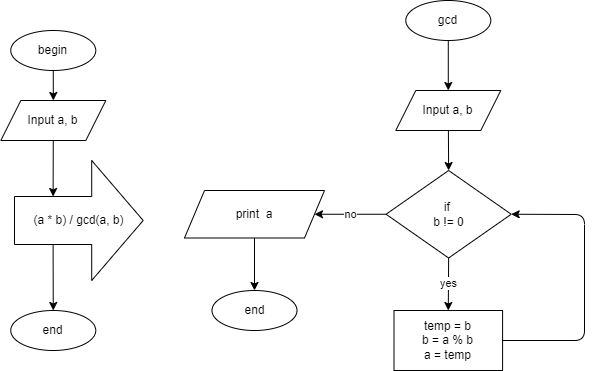
This is Bai 10/FlowChart_10b.drawio.png from QuocNGN/flow-chart-code, a draw.io export, as it was before one commit. Source tidied: cells renumbered, new cells last; positions are measured from the earlier drawing's top-left corner, leaving out a move shared by most shapes.
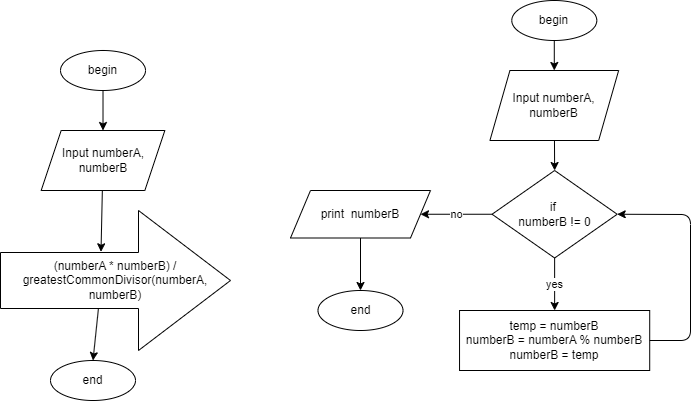
Above is the later version.

Change to the diagram source:
```diff
@@ -6,63 +6,63 @@
       <mxGeometry relative="1" as="geometry" />
     </mxCell>
     <mxCell id="3" value="begin" style="ellipse;whiteSpace=wrap;html=1;" parent="1" vertex="1">
-      <mxGeometry x="10.3" y="30" width="85" height="40" as="geometry" />
+      <mxGeometry x="-16" y="40" width="85" height="40" as="geometry" />
     </mxCell>
-    <mxCell id="4" style="edgeStyle=none;html=1;entryX=0;entryY=0;entryDx=38.601;entryDy=36;entryPerimeter=0;" parent="1" edge="1" source="5" target="7">
+    <mxCell id="4" style="edgeStyle=none;html=1;entryX=0.437;entryY=0.295;entryDx=0;entryDy=0;entryPerimeter=0;" parent="1" edge="1" source="5" target="7">
       <mxGeometry relative="1" as="geometry" />
     </mxCell>
-    <mxCell id="5" value="Input a, b" style="shape=parallelogram;perimeter=parallelogramPerimeter;whiteSpace=wrap;html=1;fixedSize=1;" parent="1" vertex="1">
-      <mxGeometry x="0.3" y="100" width="105" height="40" as="geometry" />
+    <mxCell id="5" value="Input numberA, numberB" style="shape=parallelogram;perimeter=parallelogramPerimeter;whiteSpace=wrap;html=1;fixedSize=1;" parent="1" vertex="1">
+      <mxGeometry x="-35.3" y="120" width="123.7" height="60" as="geometry" />
     </mxCell>
-    <mxCell id="6" style="edgeStyle=none;html=1;exitX=0;exitY=0;exitDx=38.601;exitDy=84;exitPerimeter=0;entryX=0.5;entryY=0;entryDx=0;entryDy=0;" parent="1" edge="1" source="7" target="20">
+    <mxCell id="6" style="edgeStyle=none;html=1;exitX=0.426;exitY=0.697;exitDx=0;exitDy=0;exitPerimeter=0;entryX=0.5;entryY=0;entryDx=0;entryDy=0;" parent="1" edge="1" source="7" target="20">
       <mxGeometry relative="1" as="geometry" />
     </mxCell>
-    <mxCell id="7" value="(a * b) / gcd(a, b)" style="shape=singleArrow;whiteSpace=wrap;html=1;arrowWidth=0.4;arrowSize=0.4;" parent="1" vertex="1">
-      <mxGeometry x="14" y="160" width="128.7" height="120" as="geometry" />
+    <mxCell id="7" value="(numberA * numberB) / greatestCommonDivisor(numberA, numberB)" style="shape=singleArrow;whiteSpace=wrap;html=1;arrowWidth=0.4;arrowSize=0.4;" parent="1" vertex="1">
+      <mxGeometry x="-76" y="200" width="230" height="140" as="geometry" />
     </mxCell>
-    <mxCell id="8" style="edgeStyle=none;html=1;exitX=0.5;exitY=1;exitDx=0;exitDy=0;entryX=0.5;entryY=0;entryDx=0;entryDy=0;" parent="1" edge="1" source="9" target="12">
-      <mxGeometry relative="1" as="geometry" />
-    </mxCell>
-    <mxCell id="9" value="gcd" style="ellipse;whiteSpace=wrap;html=1;" parent="1" vertex="1">
-      <mxGeometry x="405.3" width="85" height="40" as="geometry" />
-    </mxCell>
-    <mxCell id="10" style="edgeStyle=none;html=1;startArrow=none;entryX=0.5;entryY=0;entryDx=0;entryDy=0;" parent="1" edge="1" source="12" target="18">
-      <mxGeometry relative="1" as="geometry" />
-    </mxCell>
+    <mxCell id="20" value="end" style="ellipse;whiteSpace=wrap;html=1;" parent="1" vertex="1">
+      <mxGeometry x="-26" y="350" width="85" height="40" as="geometry" />
+    </mxCell>
+    <mxCell id="21" style="edgeStyle=none;html=1;exitX=0.5;exitY=1;exitDx=0;exitDy=0;entryX=0.5;entryY=0;entryDx=0;entryDy=0;" parent="1" edge="1" source="22" target="24">
+      <mxGeometry relative="1" as="geometry" />
+    </mxCell>
+    <mxCell id="22" value="begin" style="ellipse;whiteSpace=wrap;html=1;" parent="1" vertex="1">
+      <mxGeometry x="435.3" y="-10" width="85" height="40" as="geometry" />
+    </mxCell>
+    <mxCell id="23" style="edgeStyle=none;html=1;startArrow=none;entryX=0.5;entryY=0;entryDx=0;entryDy=0;" parent="1" edge="1" source="24" target="28">
+      <mxGeometry relative="1" as="geometry" />
+    </mxCell>
-    <mxCell id="11" value="no" style="edgeStyle=none;html=1;exitX=0;exitY=0.5;exitDx=0;exitDy=0;" parent="1" edge="1" source="18" target="15">
+    <mxCell id="11" value="no" style="edgeStyle=none;html=1;exitX=0;exitY=0.5;exitDx=0;exitDy=0;" parent="1" edge="1" source="28" target="27">
       <mxGeometry relative="1" as="geometry" />
     </mxCell>
-    <mxCell id="12" value="Input a, b" style="shape=parallelogram;perimeter=parallelogramPerimeter;whiteSpace=wrap;html=1;fixedSize=1;" parent="1" vertex="1">
-      <mxGeometry x="395.3" y="90" width="105" height="40" as="geometry" />
-    </mxCell>
-    <mxCell id="13" value="temp = b&lt;br&gt;b = a % b&lt;br&gt;a = temp" style="whiteSpace=wrap;html=1;" parent="1" vertex="1">
-      <mxGeometry x="393.5" y="310" width="108.6" height="60" as="geometry" />
-    </mxCell>
-    <mxCell id="14" style="edgeStyle=none;html=1;entryX=0.5;entryY=0;entryDx=0;entryDy=0;" parent="1" edge="1" source="15" target="16">
-      <mxGeometry relative="1" as="geometry" />
-    </mxCell>
-    <mxCell id="15" value="print&amp;nbsp; a" style="shape=parallelogram;perimeter=parallelogramPerimeter;whiteSpace=wrap;html=1;fixedSize=1;" parent="1" vertex="1">
-      <mxGeometry x="184" y="190" width="140" height="47.5" as="geometry" />
-    </mxCell>
+    <mxCell id="24" value="Input numberA, numberB" style="shape=parallelogram;perimeter=parallelogramPerimeter;whiteSpace=wrap;html=1;fixedSize=1;" parent="1" vertex="1">
+      <mxGeometry x="413.4" y="60" width="128.7" height="70" as="geometry" />
+    </mxCell>
+    <mxCell id="25" value="temp = numberB&lt;br&gt;numberB = numberA % numberB&lt;br&gt;numberB = temp" style="whiteSpace=wrap;html=1;" parent="1" vertex="1">
+      <mxGeometry x="383" y="300" width="190.2" height="60" as="geometry" />
+    </mxCell>
+    <mxCell id="26" style="edgeStyle=none;html=1;entryX=0.5;entryY=0;entryDx=0;entryDy=0;" parent="1" edge="1" source="27" target="16">
+      <mxGeometry relative="1" as="geometry" />
+    </mxCell>
+    <mxCell id="27" value="print&amp;nbsp; numberB" style="shape=parallelogram;perimeter=parallelogramPerimeter;whiteSpace=wrap;html=1;fixedSize=1;" parent="1" vertex="1">
+      <mxGeometry x="214" y="180" width="140" height="47.5" as="geometry" />
+    </mxCell>
     <mxCell id="16" value="end" style="ellipse;whiteSpace=wrap;html=1;" parent="1" vertex="1">
-      <mxGeometry x="211.5" y="290" width="85" height="40" as="geometry" />
+      <mxGeometry x="241.5" y="280" width="85" height="40" as="geometry" />
     </mxCell>
-    <mxCell id="17" value="yes" style="edgeStyle=none;html=1;exitX=0.5;exitY=1;exitDx=0;exitDy=0;entryX=0.5;entryY=0;entryDx=0;entryDy=0;" parent="1" edge="1" source="18" target="13">
+    <mxCell id="17" value="yes" style="edgeStyle=none;html=1;exitX=0.5;exitY=1;exitDx=0;exitDy=0;entryX=0.5;entryY=0;entryDx=0;entryDy=0;" parent="1" edge="1" source="28" target="25">
       <mxGeometry relative="1" as="geometry" />
     </mxCell>
-    <mxCell id="18" value="if&amp;nbsp;&lt;br&gt;b != 0" style="rhombus;whiteSpace=wrap;html=1;" parent="1" vertex="1">
-      <mxGeometry x="385.6" y="170" width="125.2" height="87.5" as="geometry" />
-    </mxCell>
-    <mxCell id="19" style="edgeStyle=none;html=1;exitX=1;exitY=0.5;exitDx=0;exitDy=0;entryX=1;entryY=0.5;entryDx=0;entryDy=0;" parent="1" edge="1" source="13" target="18">
-      <mxGeometry relative="1" as="geometry">
-        <Array as="points">
-          <mxPoint x="584" y="340" />
-          <mxPoint x="584" y="214" />
-        </Array>
-      </mxGeometry>
-    </mxCell>
-    <mxCell id="20" value="end" style="ellipse;whiteSpace=wrap;html=1;" parent="1" vertex="1">
-      <mxGeometry x="10.3" y="310" width="85" height="40" as="geometry" />
-    </mxCell>
+    <mxCell id="28" value="if&amp;nbsp;&lt;br&gt;numberB != 0" style="rhombus;whiteSpace=wrap;html=1;" parent="1" vertex="1">
+      <mxGeometry x="415.5" y="160" width="125.2" height="87.5" as="geometry" />
+    </mxCell>
+    <mxCell id="29" style="edgeStyle=none;html=1;exitX=1;exitY=0.5;exitDx=0;exitDy=0;entryX=1;entryY=0.5;entryDx=0;entryDy=0;" parent="1" edge="1" source="25" target="28">
+      <mxGeometry relative="1" as="geometry">
+        <Array as="points">
+          <mxPoint x="614" y="330" />
+          <mxPoint x="614" y="204" />
+        </Array>
+      </mxGeometry>
+    </mxCell>
   </root>
 </mxGraphModel>
```
